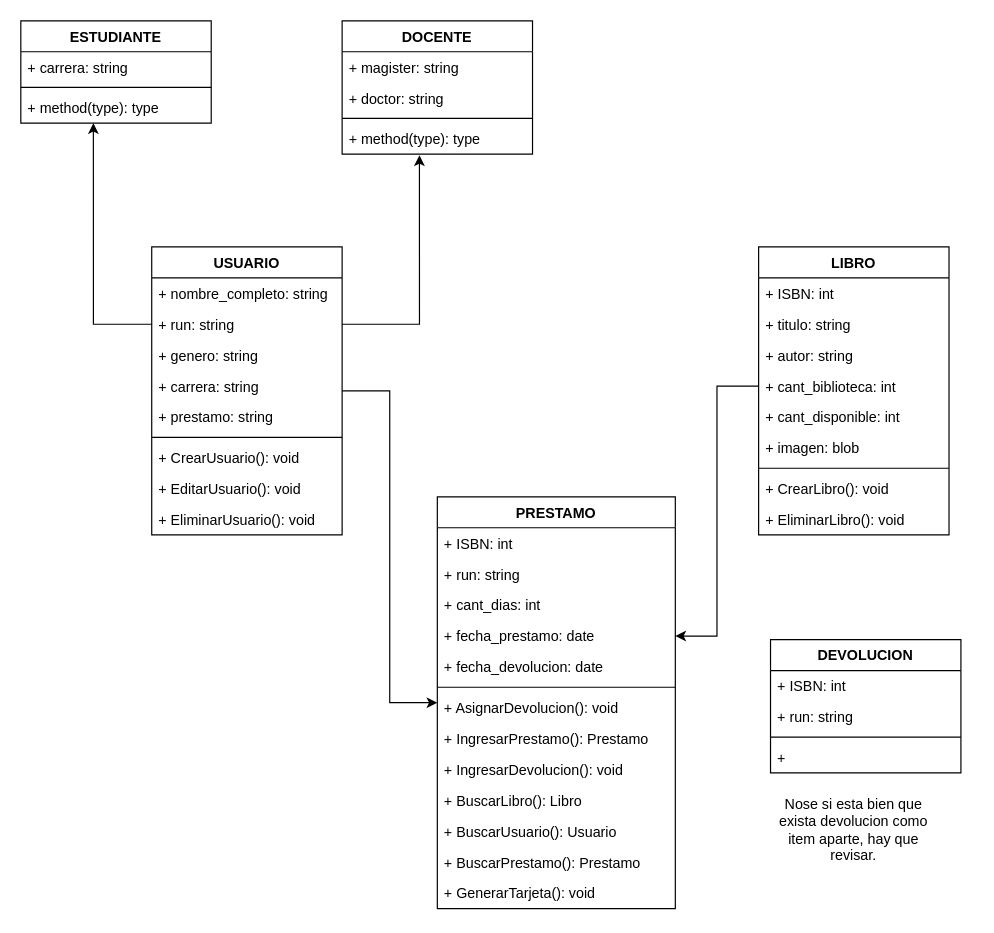
Earlier version of the draw.io diagram page "Página-1" (1 of 3) of UML_Libreria.drawio (JeanPiffaut/Sumativa2-prestamos). Source tidied: cells renumbered, new cells numbered last; positions are measured from the earlier drawing's top-left corner, leaving out a move shared by most shapes. Both pictures are drawn from the tidied source at 119%, with x=0, y=0 at pixel (20, 20).
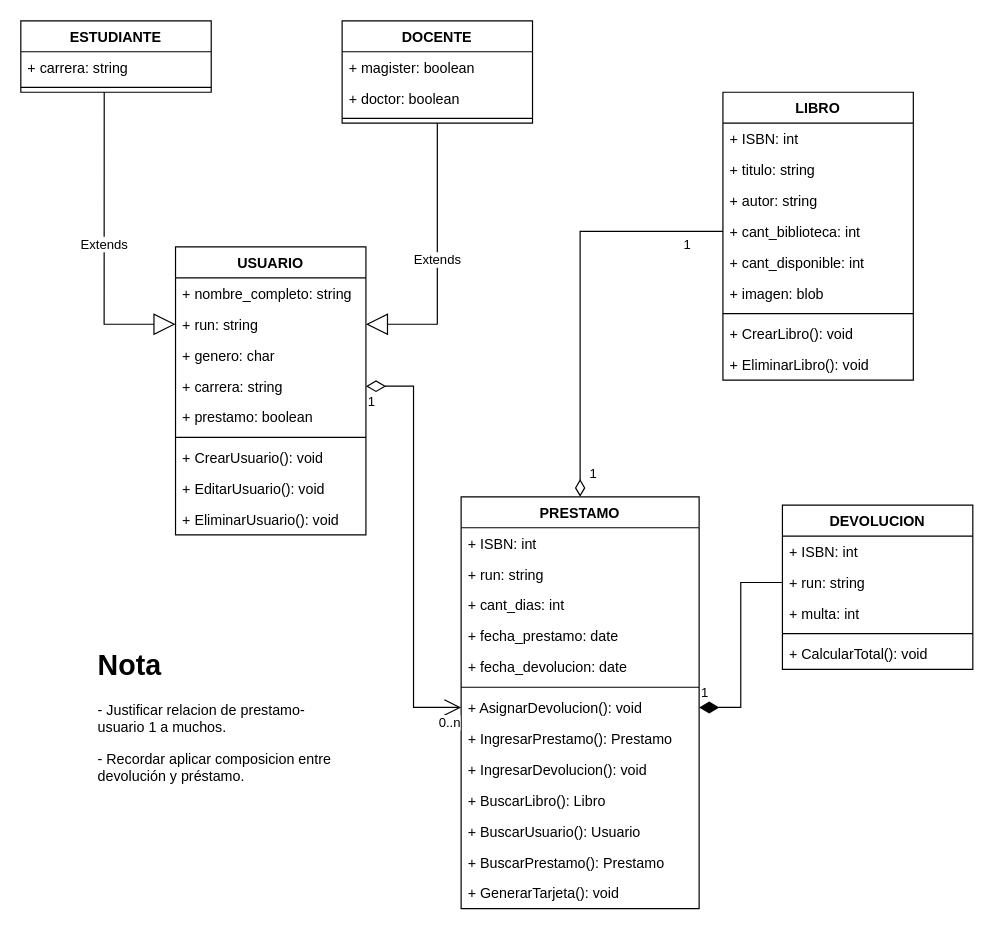
After the change.

Commit message:
UML actualizado

Unchanged cells that the change refers to:
```xml
<mxCell id="9" style="line;strokeWidth=1;fillColor=none;align=left;verticalAlign=middle;spacingTop=-1;spacingLeft=3;spacingRight=3;labelPosition=right;points=[];portConstraint=eastwest;strokeColor=inherit;" parent="7" vertex="1">
  <mxGeometry y="52" width="160" height="8" as="geometry" />
</mxCell>
<mxCell id="14" value="+ run: string" style="text;strokeColor=none;fillColor=none;align=left;verticalAlign=top;spacingLeft=4;spacingRight=4;overflow=hidden;points=[[0,0.5],[1,0.5]];portConstraint=eastwest;" parent="12" vertex="1">
  <mxGeometry y="52" width="160" height="26" as="geometry" />
</mxCell>
<mxCell id="16" value="+ carrera: string" style="text;strokeColor=none;fillColor=none;align=left;verticalAlign=top;spacingLeft=4;spacingRight=4;overflow=hidden;points=[[0,0.5],[1,0.5]];portConstraint=eastwest;" parent="12" vertex="1">
  <mxGeometry y="104" width="160" height="26" as="geometry" />
</mxCell>
<mxCell id="26" value="+ cant_biblioteca: int" style="text;strokeColor=none;fillColor=none;align=left;verticalAlign=top;spacingLeft=4;spacingRight=4;overflow=hidden;points=[[0,0.5],[1,0.5]];portConstraint=eastwest;" parent="22" vertex="1">
  <mxGeometry y="104" width="160" height="26" as="geometry" />
</mxCell>
<mxCell id="38" value="+ fecha_prestamo: date" style="text;strokeColor=none;fillColor=none;align=left;verticalAlign=top;spacingLeft=4;spacingRight=4;overflow=hidden;points=[[0,0.5],[1,0.5]];portConstraint=eastwest;" parent="34" vertex="1">
  <mxGeometry y="104" width="200" height="26" as="geometry" />
</mxCell>
<mxCell id="41" value="+ AsignarDevolucion(): void" style="text;strokeColor=none;fillColor=none;align=left;verticalAlign=top;spacingLeft=4;spacingRight=4;overflow=hidden;points=[[0,0.5],[1,0.5]];portConstraint=eastwest;" parent="34" vertex="1">
  <mxGeometry y="164" width="200" height="26" as="geometry" />
</mxCell>
<mxCell id="51" value="+ run: string" style="text;strokeColor=none;fillColor=none;align=left;verticalAlign=top;spacingLeft=4;spacingRight=4;overflow=hidden;points=[[0,0.5],[1,0.5]];portConstraint=eastwest;" parent="49" vertex="1">
  <mxGeometry y="52" width="160" height="26" as="geometry" />
</mxCell>
```

Diff of the diagram source:
```diff
@@
     <mxCell id="2" value="DOCENTE" style="swimlane;fontStyle=1;align=center;verticalAlign=top;horizontal=1;startSize=26;" parent="1" vertex="1">
-      <mxGeometry x="270" width="160" height="112" as="geometry" />
+      <mxGeometry x="270" width="160" height="86" as="geometry" />
     </mxCell>
-    <mxCell id="3" value="+ magister: string" style="text;strokeColor=none;fillColor=none;align=left;verticalAlign=top;spacingLeft=4;spacingRight=4;overflow=hidden;" parent="2" vertex="1">
+    <mxCell id="3" value="+ magister: boolean" style="text;strokeColor=none;fillColor=none;align=left;verticalAlign=top;spacingLeft=4;spacingRight=4;overflow=hidden;" parent="2" vertex="1">
       <mxGeometry y="26" width="160" height="26" as="geometry" />
     </mxCell>
-    <mxCell id="4" value="+ doctor: string" style="text;strokeColor=none;fillColor=none;align=left;verticalAlign=top;spacingLeft=4;spacingRight=4;overflow=hidden;" parent="2" vertex="1">
+    <mxCell id="4" value="+ doctor: boolean" style="text;strokeColor=none;fillColor=none;align=left;verticalAlign=top;spacingLeft=4;spacingRight=4;overflow=hidden;" parent="2" vertex="1">
       <mxGeometry y="52" width="160" height="26" as="geometry" />
     </mxCell>
@@
-    <mxCell id="6" value="+ method(type): type" style="text;strokeColor=none;fillColor=none;align=left;verticalAlign=top;spacingLeft=4;spacingRight=4;overflow=hidden;points=[[0,0.5],[1,0.5]];portConstraint=eastwest;" parent="2" vertex="1">
-      <mxGeometry y="86" width="160" height="26" as="geometry" />
-    </mxCell>
     <mxCell id="7" value="ESTUDIANTE" style="swimlane;fontStyle=1;align=center;verticalAlign=top;horizontal=1;startSize=26;" parent="1" vertex="1">
-      <mxGeometry width="160" height="86" as="geometry" />
+      <mxGeometry width="160" height="60" as="geometry" />
     </mxCell>
@@
-    <mxCell id="10" value="+ method(type): type" style="text;strokeColor=none;fillColor=none;align=left;verticalAlign=top;spacingLeft=4;spacingRight=4;overflow=hidden;points=[[0,0.5],[1,0.5]];portConstraint=eastwest;" parent="7" vertex="1">
-      <mxGeometry y="60" width="160" height="26" as="geometry" />
-    </mxCell>
-    <mxCell id="11" style="edgeStyle=orthogonalEdgeStyle;rounded=0;jettySize=auto;html=1;" parent="1" edge="1" source="12" target="34">
-      <mxGeometry relative="1" as="geometry" />
-    </mxCell>
     <mxCell id="12" value="USUARIO" style="swimlane;fontStyle=1;align=center;verticalAlign=top;horizontal=1;startSize=26;" parent="1" vertex="1">
-      <mxGeometry x="110" y="190" width="160" height="242" as="geometry" />
+      <mxGeometry x="130" y="190" width="160" height="242" as="geometry" />
     </mxCell>
@@
-    <mxCell id="15" value="+ genero: string" style="text;strokeColor=none;fillColor=none;align=left;verticalAlign=top;spacingLeft=4;spacingRight=4;overflow=hidden;" parent="12" vertex="1">
+    <mxCell id="15" value="+ genero: char" style="text;strokeColor=none;fillColor=none;align=left;verticalAlign=top;spacingLeft=4;spacingRight=4;overflow=hidden;" parent="12" vertex="1">
       <mxGeometry y="78" width="160" height="26" as="geometry" />
     </mxCell>
@@
-    <mxCell id="17" value="+ prestamo: string" style="text;strokeColor=none;fillColor=none;align=left;verticalAlign=top;spacingLeft=4;spacingRight=4;overflow=hidden;" parent="12" vertex="1">
+    <mxCell id="17" value="+ prestamo: boolean" style="text;strokeColor=none;fillColor=none;align=left;verticalAlign=top;spacingLeft=4;spacingRight=4;overflow=hidden;" parent="12" vertex="1">
       <mxGeometry y="130" width="160" height="26" as="geometry" />
     </mxCell>
@@
     <mxCell id="22" value="LIBRO" style="swimlane;fontStyle=1;align=center;verticalAlign=top;horizontal=1;startSize=26;" parent="1" vertex="1">
-      <mxGeometry x="620" y="190" width="160" height="242" as="geometry" />
+      <mxGeometry x="590" y="60" width="160" height="242" as="geometry" />
     </mxCell>
@@
-    <mxCell id="32" style="edgeStyle=orthogonalEdgeStyle;rounded=0;jettySize=auto;html=1;entryX=0.381;entryY=1;entryDx=0;entryDy=0;entryPerimeter=0;" parent="1" edge="1" source="14" target="10">
-      <mxGeometry relative="1" as="geometry" />
-    </mxCell>
-    <mxCell id="33" style="edgeStyle=orthogonalEdgeStyle;rounded=0;jettySize=auto;html=1;entryX=0.406;entryY=1.038;entryDx=0;entryDy=0;entryPerimeter=0;" parent="1" edge="1" source="14" target="6">
-      <mxGeometry relative="1" as="geometry" />
-    </mxCell>
     <mxCell id="34" value="PRESTAMO" style="swimlane;fontStyle=1;align=center;verticalAlign=top;horizontal=1;startSize=26;" parent="1" vertex="1">
-      <mxGeometry x="350" y="400" width="200" height="346" as="geometry" />
+      <mxGeometry x="370" y="400" width="200" height="346" as="geometry" />
     </mxCell>
@@
-    <mxCell id="48" style="edgeStyle=orthogonalEdgeStyle;rounded=0;jettySize=auto;html=1;entryX=1;entryY=0.5;entryDx=0;entryDy=0;" parent="1" edge="1" source="26" target="38">
-      <mxGeometry relative="1" as="geometry" />
-    </mxCell>
     <mxCell id="49" value="DEVOLUCION" style="swimlane;fontStyle=1;align=center;verticalAlign=top;horizontal=1;startSize=26;" parent="1" vertex="1">
-      <mxGeometry x="630" y="520" width="160" height="112" as="geometry" />
+      <mxGeometry x="640" y="407" width="160" height="138" as="geometry" />
     </mxCell>
@@
+    <mxCell id="55" value="+ multa: int" style="text;strokeColor=none;fillColor=none;align=left;verticalAlign=top;spacingLeft=4;spacingRight=4;overflow=hidden;" parent="49" vertex="1">
+      <mxGeometry y="78" width="160" height="26" as="geometry" />
+    </mxCell>
     <mxCell id="52" style="line;strokeWidth=1;fillColor=none;align=left;verticalAlign=middle;spacingTop=-1;spacingLeft=3;spacingRight=3;labelPosition=right;strokeColor=inherit;" parent="49" vertex="1">
-      <mxGeometry y="78" width="160" height="8" as="geometry" />
+      <mxGeometry y="104" width="160" height="8" as="geometry" />
     </mxCell>
-    <mxCell id="53" value="+ " style="text;strokeColor=none;fillColor=none;align=left;verticalAlign=top;spacingLeft=4;spacingRight=4;overflow=hidden;" parent="49" vertex="1">
-      <mxGeometry y="86" width="160" height="26" as="geometry" />
+    <mxCell id="53" value="+ CalcularTotal(): void" style="text;strokeColor=none;fillColor=none;align=left;verticalAlign=top;spacingLeft=4;spacingRight=4;overflow=hidden;" parent="49" vertex="1">
+      <mxGeometry y="112" width="160" height="26" as="geometry" />
     </mxCell>
-    <mxCell id="54" value="Nose si esta bien que exista devolucion como item aparte, hay que revisar." style="text;html=1;strokeColor=none;fillColor=none;align=center;verticalAlign=middle;whiteSpace=wrap;rounded=0;" parent="1" vertex="1">
-      <mxGeometry x="630" y="650" width="140" height="60" as="geometry" />
-    </mxCell>
+    <mxCell id="56" value="1" style="endArrow=none;html=1;endSize=12;startArrow=diamondThin;startSize=14;startFill=1;edgeStyle=orthogonalEdgeStyle;align=left;verticalAlign=bottom;rounded=0;entryX=0;entryY=0.5;entryDx=0;entryDy=0;exitX=1;exitY=0.5;exitDx=0;exitDy=0;endFill=0;" parent="1" edge="1" source="41" target="51">
+      <mxGeometry x="-1" y="3" relative="1" as="geometry" />
+    </mxCell>
+    <mxCell id="57" style="endArrow=open;html=1;endSize=12;startArrow=diamondThin;startSize=14;startFill=0;edgeStyle=orthogonalEdgeStyle;rounded=0;exitX=1;exitY=0.5;exitDx=0;exitDy=0;entryX=0;entryY=0.5;entryDx=0;entryDy=0;" parent="1" edge="1" source="16" target="41">
+      <mxGeometry relative="1" as="geometry" />
+    </mxCell>
+    <mxCell id="58" value="1" style="edgeLabel;html=1;align=left;verticalAlign=top;" parent="57" vertex="1">
+      <mxGeometry x="-1" relative="1" as="geometry" />
+    </mxCell>
+    <mxCell id="59" value="0..n" style="edgeLabel;html=1;align=right;verticalAlign=top;" parent="57" vertex="1">
+      <mxGeometry x="1" relative="1" as="geometry" />
+    </mxCell>
+    <mxCell id="60" value="Extends" style="endArrow=block;endSize=16;endFill=0;html=1;rounded=0;exitX=0.5;exitY=1;exitDx=0;exitDy=0;entryX=1;entryY=0.5;entryDx=0;entryDy=0;" parent="1" edge="1" source="2" target="14">
+      <mxGeometry relative="1" as="geometry">
+        <Array as="points">
+          <mxPoint x="350" y="255" />
+        </Array>
+      </mxGeometry>
+    </mxCell>
+    <mxCell id="61" value="Extends" style="endArrow=block;endSize=16;endFill=0;html=1;rounded=0;entryX=0;entryY=0.5;entryDx=0;entryDy=0;exitX=0.438;exitY=1;exitDx=0;exitDy=0;exitPerimeter=0;" parent="1" edge="1" source="9" target="14">
+      <mxGeometry relative="1" as="geometry">
+        <Array as="points">
+          <mxPoint x="70" y="255" />
+        </Array>
+      </mxGeometry>
+    </mxCell>
+    <mxCell id="62" style="endArrow=diamondThin;html=1;endSize=12;startArrow=none;startSize=14;startFill=0;edgeStyle=orthogonalEdgeStyle;align=left;verticalAlign=bottom;rounded=0;entryX=0.5;entryY=0;entryDx=0;entryDy=0;endFill=0;exitX=0;exitY=0.5;exitDx=0;exitDy=0;" parent="1" edge="1" source="26" target="34">
+      <mxGeometry x="-1" y="3" relative="1" as="geometry" />
+    </mxCell>
+    <mxCell id="63" value="1" style="edgeLabel;html=1;align=center;verticalAlign=middle;" parent="62" vertex="1">
+      <mxGeometry x="0.88" y="3" relative="1" as="geometry">
+        <mxPoint x="7" y="1" as="offset" />
+      </mxGeometry>
+    </mxCell>
+    <mxCell id="64" value="1" style="edgeLabel;html=1;align=center;verticalAlign=middle;" parent="62" vertex="1">
+      <mxGeometry x="-0.88" relative="1" as="geometry">
+        <mxPoint x="-10" y="10" as="offset" />
+      </mxGeometry>
+    </mxCell>
+    <mxCell id="65" value="&lt;h1&gt;Nota&lt;/h1&gt;&lt;p&gt;- Justificar relacion de prestamo-usuario 1 a muchos.&lt;/p&gt;&lt;p&gt;- Recordar aplicar composicion entre devolución y préstamo.&lt;/p&gt;" style="text;html=1;strokeColor=none;fillColor=none;spacing=5;spacingTop=-20;whiteSpace=wrap;overflow=hidden;rounded=0;" parent="1" vertex="1">
+      <mxGeometry x="60" y="522" width="220" height="120" as="geometry" />
+    </mxCell>
```
